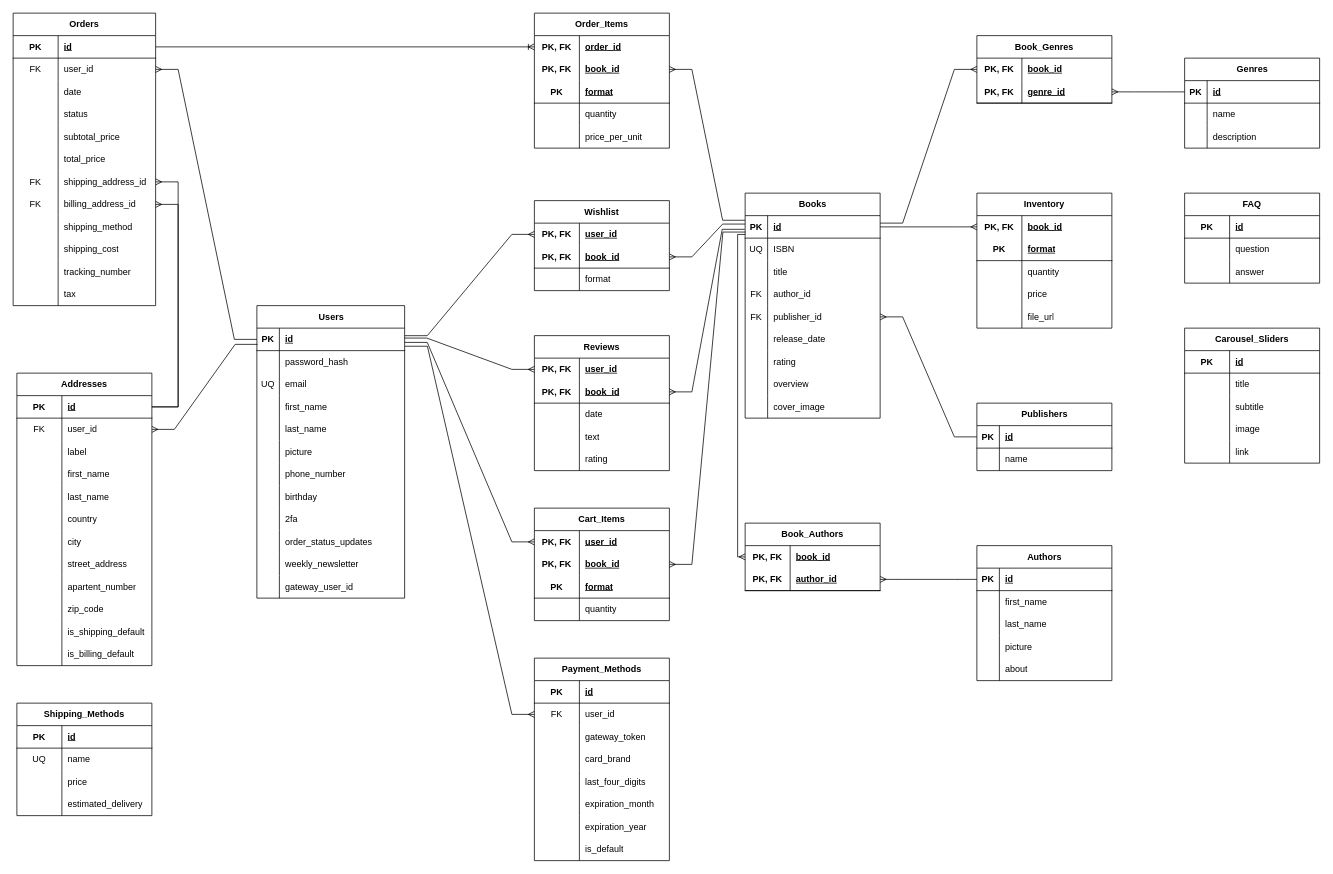
The draw.io diagram ERD.drawio in ShayTam/Bookstore, before the edit. Source tidied: cells renumbered, new cells numbered last; positions are measured from the earlier drawing's top-left corner, leaving out a move shared by most shapes. Both pictures are drawn from the tidied source at 75%, with x=0, y=0 at pixel (13, 13).
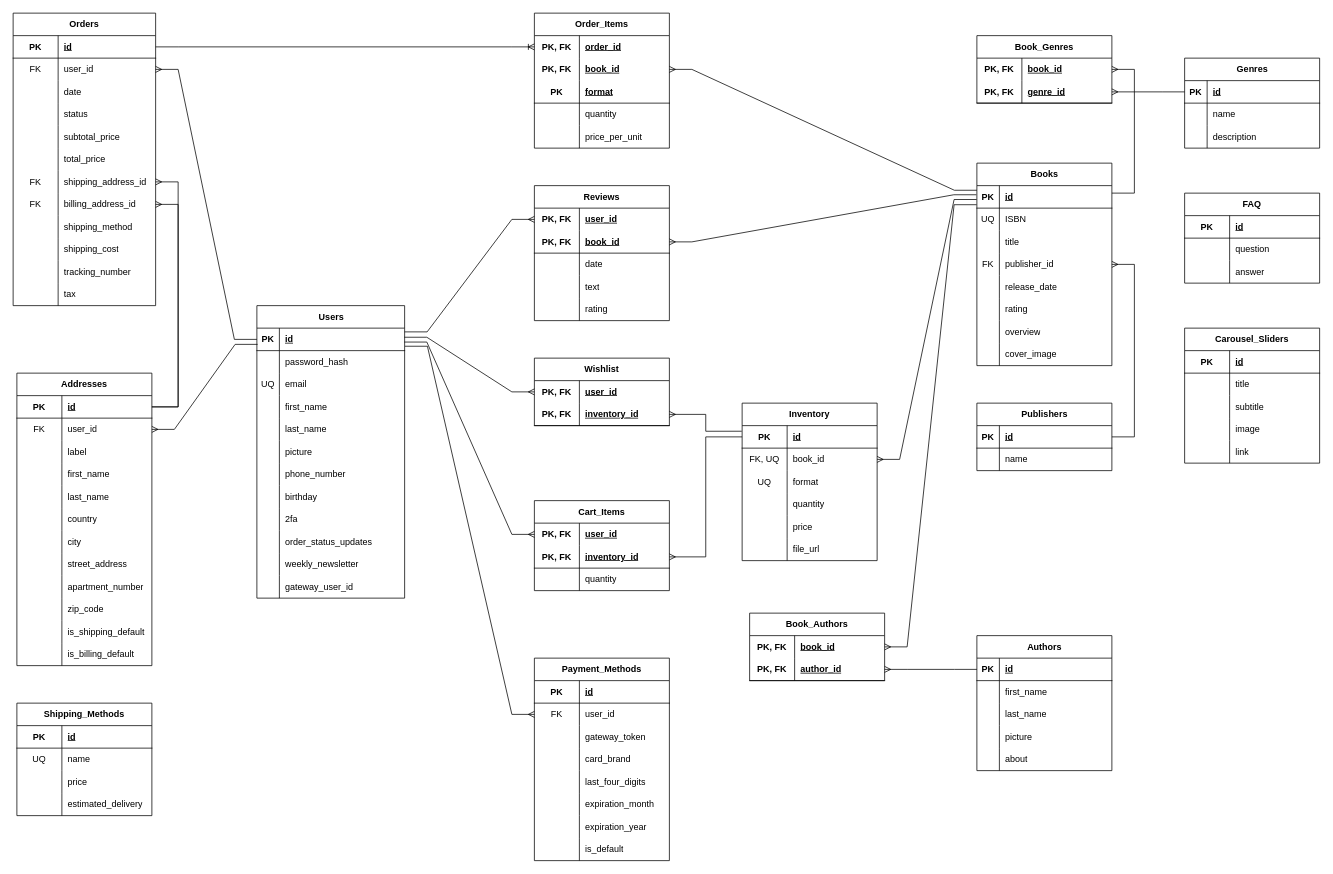
The same diagram, later.

Commit message:
Connected wishlist and cart to inventory

Unchanged cells that the change refers to:
```xml
<mxCell id="3" style="shape=tableRow;horizontal=0;startSize=0;swimlaneHead=0;swimlaneBody=0;fillColor=none;points=[[0,0.5],[1,0.5]];portConstraint=eastwest;top=0;left=0;right=0;bottom=1;" parent="2" vertex="1">
  <mxGeometry y="30" width="197" height="30" as="geometry" />
</mxCell>
<mxCell id="40" style="shape=tableRow;horizontal=0;startSize=0;swimlaneHead=0;swimlaneBody=0;fillColor=none;points=[[0,0.5],[1,0.5]];portConstraint=eastwest;top=0;left=0;right=0;bottom=1;" parent="39" vertex="1">
  <mxGeometry y="30" width="180" height="30" as="geometry" />
</mxCell>
<mxCell id="68" style="shape=tableRow;horizontal=0;startSize=0;swimlaneHead=0;swimlaneBody=0;fillColor=none;points=[[0,0.5],[1,0.5]];portConstraint=eastwest;top=0;left=0;right=0;bottom=0;html=1;" parent="67" vertex="1">
  <mxGeometry y="30" width="180" height="30" as="geometry" />
</mxCell>
<mxCell id="71" style="shape=tableRow;horizontal=0;startSize=0;swimlaneHead=0;swimlaneBody=0;fillColor=none;points=[[0,0.5],[1,0.5]];portConstraint=eastwest;top=0;left=0;right=0;bottom=1;html=1;" parent="67" vertex="1">
  <mxGeometry y="60" width="180" height="30" as="geometry" />
</mxCell>
<mxCell id="160" style="shape=tableRow;horizontal=0;startSize=0;swimlaneHead=0;swimlaneBody=0;fillColor=none;points=[[0,0.5],[1,0.5]];portConstraint=eastwest;top=0;left=0;right=0;bottom=0;html=1;" parent="159" vertex="1">
  <mxGeometry y="30" width="180" height="30" as="geometry" />
</mxCell>
<mxCell id="163" style="shape=tableRow;horizontal=0;startSize=0;swimlaneHead=0;swimlaneBody=0;fillColor=none;points=[[0,0.5],[1,0.5]];portConstraint=eastwest;top=0;left=0;right=0;bottom=1;html=1;" parent="159" vertex="1">
  <mxGeometry y="60" width="180" height="30" as="geometry" />
</mxCell>
<mxCell id="217" style="shape=tableRow;horizontal=0;startSize=0;swimlaneHead=0;swimlaneBody=0;fillColor=none;top=0;left=0;right=0;bottom=0;html=1;" parent="192" vertex="1">
  <mxGeometry y="270" width="180" height="30" as="geometry" />
</mxCell>
<mxCell id="254" style="shape=tableRow;horizontal=0;startSize=0;swimlaneHead=0;swimlaneBody=0;fillColor=none;points=[[0,0.5],[1,0.5]];portConstraint=eastwest;top=0;left=0;right=0;bottom=0;html=1;" parent="253" vertex="1">
  <mxGeometry y="30" width="180" height="30" as="geometry" />
</mxCell>
<mxCell id="328" style="shape=tableRow;horizontal=0;startSize=0;swimlaneHead=0;swimlaneBody=0;fillColor=none;points=[[0,0.5],[1,0.5]];portConstraint=eastwest;top=0;left=0;right=0;bottom=0;html=1;" parent="327" vertex="1">
  <mxGeometry y="30" width="180" height="30" as="geometry" />
</mxCell>
```

What changed in the source:
```diff
@@
     <mxCell id="39" value="Books" style="shape=table;startSize=30;childLayout=tableLayout;rowLines=0;fontStyle=1;align=center;html=1;" parent="1" vertex="1">
-      <mxGeometry x="976" y="240" width="180" height="300" as="geometry" />
+      <mxGeometry x="1285" y="200" width="180" height="270" as="geometry" />
     </mxCell>
@@
-    <mxCell id="49" style="shape=tableRow;horizontal=0;startSize=0;swimlaneHead=0;swimlaneBody=0;fillColor=none;top=0;left=0;right=0;bottom=0;" parent="39" vertex="1">
-      <mxGeometry y="120" width="180" height="30" as="geometry" />
-    </mxCell>
-    <mxCell id="50" value="FK" style="shape=partialRectangle;fillColor=none;top=0;left=0;bottom=0;right=0;overflow=hidden;whiteSpace=wrap;html=1;" parent="49" vertex="1">
-      <mxGeometry width="30" height="30" as="geometry" />
-    </mxCell>
-    <mxCell id="51" value="author_id" style="shape=partialRectangle;fillColor=none;top=0;left=0;bottom=0;right=0;align=left;spacingLeft=6;overflow=hidden;whiteSpace=wrap;html=1;" parent="49" vertex="1">
-      <mxGeometry x="30" width="150" height="30" as="geometry" />
-    </mxCell>
     <mxCell id="52" style="shape=tableRow;horizontal=0;startSize=0;swimlaneHead=0;swimlaneBody=0;fillColor=none;points=[[0,0.5],[1,0.5]];portConstraint=eastwest;top=0;left=0;right=0;bottom=0;" parent="39" vertex="1">
-      <mxGeometry y="150" width="180" height="30" as="geometry" />
+      <mxGeometry y="120" width="180" height="30" as="geometry" />
     </mxCell>
@@
     <mxCell id="55" style="shape=tableRow;horizontal=0;startSize=0;swimlaneHead=0;swimlaneBody=0;fillColor=none;top=0;left=0;right=0;bottom=0;" parent="39" vertex="1">
-      <mxGeometry y="180" width="180" height="30" as="geometry" />
+      <mxGeometry y="150" width="180" height="30" as="geometry" />
     </mxCell>
@@
     <mxCell id="58" style="shape=tableRow;horizontal=0;startSize=0;swimlaneHead=0;swimlaneBody=0;fillColor=none;top=0;left=0;right=0;bottom=0;" parent="39" vertex="1">
-      <mxGeometry y="210" width="180" height="30" as="geometry" />
+      <mxGeometry y="180" width="180" height="30" as="geometry" />
     </mxCell>
@@
     <mxCell id="61" style="shape=tableRow;horizontal=0;startSize=0;swimlaneHead=0;swimlaneBody=0;fillColor=none;top=0;left=0;right=0;bottom=0;" parent="39" vertex="1">
-      <mxGeometry y="240" width="180" height="30" as="geometry" />
+      <mxGeometry y="210" width="180" height="30" as="geometry" />
     </mxCell>
@@
     <mxCell id="64" style="shape=tableRow;horizontal=0;startSize=0;swimlaneHead=0;swimlaneBody=0;fillColor=none;top=0;left=0;right=0;bottom=0;" parent="39" vertex="1">
-      <mxGeometry y="270" width="180" height="30" as="geometry" />
+      <mxGeometry y="240" width="180" height="30" as="geometry" />
     </mxCell>
@@
     <mxCell id="67" value="Reviews" style="shape=table;startSize=30;childLayout=tableLayout;rowLines=0;fontStyle=1;align=center;html=1;whiteSpace=wrap;" parent="1" vertex="1">
-      <mxGeometry x="695" y="430" width="180" height="180" as="geometry" />
+      <mxGeometry x="695" y="230" width="180" height="180" as="geometry" />
     </mxCell>
@@
     <mxCell id="83" value="Inventory" style="shape=table;startSize=30;childLayout=tableLayout;rowLines=0;fontStyle=1;align=center;html=1;whiteSpace=wrap;" parent="1" vertex="1">
-      <mxGeometry x="1285" y="240" width="180" height="180" as="geometry" />
+      <mxGeometry x="972" y="520" width="180" height="210" as="geometry" />
     </mxCell>
-    <mxCell id="84" style="shape=tableRow;horizontal=0;startSize=0;swimlaneHead=0;swimlaneBody=0;fillColor=none;points=[[0,0.5],[1,0.5]];portConstraint=eastwest;top=0;left=0;right=0;bottom=0;html=1;" parent="83" vertex="1">
-      <mxGeometry y="30" width="180" height="30" as="geometry" />
-    </mxCell>
-    <mxCell id="85" value="PK, FK" style="shape=partialRectangle;fillColor=none;top=0;left=0;bottom=0;right=0;fontStyle=1;overflow=hidden;html=1;whiteSpace=wrap;" parent="84" vertex="1">
-      <mxGeometry width="60" height="30" as="geometry" />
-    </mxCell>
-    <mxCell id="86" value="book_id" style="shape=partialRectangle;fillColor=none;top=0;left=0;bottom=0;right=0;align=left;spacingLeft=6;fontStyle=5;overflow=hidden;html=1;whiteSpace=wrap;" parent="84" vertex="1">
-      <mxGeometry x="60" width="120" height="30" as="geometry" />
-    </mxCell>
     <mxCell id="87" style="shape=tableRow;horizontal=0;startSize=0;swimlaneHead=0;swimlaneBody=0;fillColor=none;points=[[0,0.5],[1,0.5]];portConstraint=eastwest;top=0;left=0;right=0;bottom=1;html=1;" parent="83" vertex="1">
-      <mxGeometry y="60" width="180" height="30" as="geometry" />
+      <mxGeometry y="30" width="180" height="30" as="geometry" />
     </mxCell>
@@
-    <mxCell id="89" value="format" style="shape=partialRectangle;fillColor=none;top=0;left=0;bottom=0;right=0;align=left;spacingLeft=6;fontStyle=5;overflow=hidden;html=1;whiteSpace=wrap;" parent="87" vertex="1">
+    <mxCell id="89" value="id" style="shape=partialRectangle;fillColor=none;top=0;left=0;bottom=0;right=0;align=left;spacingLeft=6;fontStyle=5;overflow=hidden;html=1;whiteSpace=wrap;" parent="87" vertex="1">
       <mxGeometry x="60" width="120" height="30" as="geometry" />
     </mxCell>
     <mxCell id="90" style="shape=tableRow;horizontal=0;startSize=0;swimlaneHead=0;swimlaneBody=0;fillColor=none;points=[[0,0.5],[1,0.5]];portConstraint=eastwest;top=0;left=0;right=0;bottom=0;html=1;" parent="83" vertex="1">
-      <mxGeometry y="90" width="180" height="30" as="geometry" />
+      <mxGeometry y="60" width="180" height="30" as="geometry" />
     </mxCell>
-    <mxCell id="91" style="shape=partialRectangle;fillColor=none;top=0;left=0;bottom=0;right=0;overflow=hidden;html=1;whiteSpace=wrap;" parent="90" vertex="1">
+    <mxCell id="91" value="FK, UQ" style="shape=partialRectangle;fillColor=none;top=0;left=0;bottom=0;right=0;overflow=hidden;html=1;whiteSpace=wrap;" parent="90" vertex="1">
       <mxGeometry width="60" height="30" as="geometry" />
     </mxCell>
-    <mxCell id="92" value="quantity" style="shape=partialRectangle;fillColor=none;top=0;left=0;bottom=0;right=0;align=left;spacingLeft=6;overflow=hidden;html=1;whiteSpace=wrap;" parent="90" vertex="1">
+    <mxCell id="92" value="book_id" style="shape=partialRectangle;fillColor=none;top=0;left=0;bottom=0;right=0;align=left;spacingLeft=6;overflow=hidden;html=1;whiteSpace=wrap;" parent="90" vertex="1">
       <mxGeometry x="60" width="120" height="30" as="geometry" />
     </mxCell>
+    <mxCell id="166" style="shape=tableRow;horizontal=0;startSize=0;swimlaneHead=0;swimlaneBody=0;fillColor=none;top=0;left=0;right=0;bottom=0;html=1;" parent="83" vertex="1">
+      <mxGeometry y="90" width="180" height="30" as="geometry" />
+    </mxCell>
+    <mxCell id="342" value="UQ" style="shape=partialRectangle;fillColor=none;top=0;left=0;bottom=0;right=0;overflow=hidden;html=1;whiteSpace=wrap;" parent="166" vertex="1">
+      <mxGeometry width="60" height="30" as="geometry" />
+    </mxCell>
+    <mxCell id="168" value="format" style="shape=partialRectangle;fillColor=none;top=0;left=0;bottom=0;right=0;align=left;spacingLeft=6;overflow=hidden;html=1;whiteSpace=wrap;" parent="166" vertex="1">
+      <mxGeometry x="60" width="120" height="30" as="geometry" />
+    </mxCell>
+    <mxCell id="343" style="shape=tableRow;horizontal=0;startSize=0;swimlaneHead=0;swimlaneBody=0;fillColor=none;top=0;left=0;right=0;bottom=0;html=1;" parent="83" vertex="1">
+      <mxGeometry y="120" width="180" height="30" as="geometry" />
+    </mxCell>
+    <mxCell id="167" style="shape=partialRectangle;fillColor=none;top=0;left=0;bottom=0;right=0;overflow=hidden;html=1;whiteSpace=wrap;" parent="343" vertex="1">
+      <mxGeometry width="60" height="30" as="geometry" />
+    </mxCell>
+    <mxCell id="344" value="quantity" style="shape=partialRectangle;fillColor=none;top=0;left=0;bottom=0;right=0;align=left;spacingLeft=6;overflow=hidden;html=1;whiteSpace=wrap;" parent="343" vertex="1">
+      <mxGeometry x="60" width="120" height="30" as="geometry" />
+    </mxCell>
     <mxCell id="93" style="shape=tableRow;horizontal=0;startSize=0;swimlaneHead=0;swimlaneBody=0;fillColor=none;top=0;left=0;right=0;bottom=0;html=1;" parent="83" vertex="1">
-      <mxGeometry y="120" width="180" height="30" as="geometry" />
+      <mxGeometry y="150" width="180" height="30" as="geometry" />
     </mxCell>
@@
     <mxCell id="96" style="shape=tableRow;horizontal=0;startSize=0;swimlaneHead=0;swimlaneBody=0;fillColor=none;top=0;left=0;right=0;bottom=0;html=1;" parent="83" vertex="1">
-      <mxGeometry y="150" width="180" height="30" as="geometry" />
+      <mxGeometry y="180" width="180" height="30" as="geometry" />
     </mxCell>
@@
     <mxCell id="99" value="Authors" style="shape=table;startSize=30;childLayout=tableLayout;rowLines=0;fontStyle=1;align=center;html=1;" parent="1" vertex="1">
-      <mxGeometry x="1285" y="710" width="180" height="180" as="geometry" />
+      <mxGeometry x="1285" y="830" width="180" height="180" as="geometry" />
     </mxCell>
@@
     <mxCell id="159" value="Wishlist" style="shape=table;startSize=30;childLayout=tableLayout;rowLines=0;fontStyle=1;align=center;html=1;whiteSpace=wrap;" parent="1" vertex="1">
-      <mxGeometry x="695" y="250" width="180" height="120" as="geometry" />
+      <mxGeometry x="695" y="460" width="180" height="90" as="geometry" />
     </mxCell>
@@
-    <mxCell id="165" value="book_id" style="shape=partialRectangle;fillColor=none;top=0;left=0;bottom=0;right=0;align=left;spacingLeft=6;fontStyle=5;overflow=hidden;html=1;whiteSpace=wrap;" parent="163" vertex="1">
+    <mxCell id="165" value="inventory_id" style="shape=partialRectangle;fillColor=none;top=0;left=0;bottom=0;right=0;align=left;spacingLeft=6;fontStyle=5;overflow=hidden;html=1;whiteSpace=wrap;" parent="163" vertex="1">
       <mxGeometry x="60" width="120" height="30" as="geometry" />
     </mxCell>
-    <mxCell id="166" style="shape=tableRow;horizontal=0;startSize=0;swimlaneHead=0;swimlaneBody=0;fillColor=none;top=0;left=0;right=0;bottom=0;html=1;" parent="159" vertex="1">
-      <mxGeometry y="90" width="180" height="30" as="geometry" />
-    </mxCell>
-    <mxCell id="167" style="shape=partialRectangle;fillColor=none;top=0;left=0;bottom=0;right=0;overflow=hidden;html=1;whiteSpace=wrap;" parent="166" vertex="1">
-      <mxGeometry width="60" height="30" as="geometry" />
-    </mxCell>
-    <mxCell id="168" value="format" style="shape=partialRectangle;fillColor=none;top=0;left=0;bottom=0;right=0;align=left;spacingLeft=6;overflow=hidden;html=1;whiteSpace=wrap;" parent="166" vertex="1">
-      <mxGeometry x="60" width="120" height="30" as="geometry" />
-    </mxCell>
@@
-    <mxCell id="219" value="apartent_number" style="shape=partialRectangle;fillColor=none;top=0;left=0;bottom=0;right=0;align=left;spacingLeft=6;overflow=hidden;html=1;whiteSpace=wrap;" parent="217" vertex="1">
+    <mxCell id="219" value="apartment_number" style="shape=partialRectangle;fillColor=none;top=0;left=0;bottom=0;right=0;align=left;spacingLeft=6;overflow=hidden;html=1;whiteSpace=wrap;" parent="217" vertex="1">
       <mxGeometry x="60" width="120" height="30" as="geometry" />
     </mxCell>
@@
-    <mxCell id="232" style="edgeStyle=entityRelationEdgeStyle;fontSize=12;html=1;endArrow=ERmany;rounded=0;endFill=0;entryX=0;entryY=0.5;entryDx=0;entryDy=0;exitX=1.001;exitY=0.336;exitDx=0;exitDy=0;exitPerimeter=0;" parent="1" edge="1" source="3" target="160">
+    <mxCell id="232" style="edgeStyle=entityRelationEdgeStyle;fontSize=12;html=1;endArrow=ERmany;rounded=0;endFill=0;entryX=0;entryY=0.5;entryDx=0;entryDy=0;exitX=0.998;exitY=0.405;exitDx=0;exitDy=0;exitPerimeter=0;" parent="1" edge="1" source="3" target="160">
       <mxGeometry relative="1" as="geometry" />
     </mxCell>
@@
-    <mxCell id="234" style="edgeStyle=entityRelationEdgeStyle;fontSize=12;html=1;endArrow=ERmany;rounded=0;endFill=0;startArrow=none;startFill=0;exitX=1;exitY=0.5;exitDx=0;exitDy=0;" parent="1" edge="1" source="40" target="84">
+    <mxCell id="234" style="edgeStyle=entityRelationEdgeStyle;fontSize=12;html=1;endArrow=ERmany;rounded=0;endFill=0;startArrow=none;startFill=0;exitX=-0.002;exitY=0.617;exitDx=0;exitDy=0;exitPerimeter=0;entryX=1;entryY=0.5;entryDx=0;entryDy=0;" parent="1" edge="1" source="40" target="90">
       <mxGeometry relative="1" as="geometry" />
     </mxCell>
-    <mxCell id="235" style="edgeStyle=entityRelationEdgeStyle;fontSize=12;html=1;endArrow=ERmany;rounded=0;entryX=1;entryY=0.5;entryDx=0;entryDy=0;endFill=0;startArrow=none;startFill=0;exitX=0;exitY=0.375;exitDx=0;exitDy=0;exitPerimeter=0;" parent="1" edge="1" source="40" target="163">
-      <mxGeometry relative="1" as="geometry" />
-    </mxCell>
-    <mxCell id="236" style="edgeStyle=entityRelationEdgeStyle;fontSize=12;html=1;endArrow=ERmany;rounded=0;entryX=1;entryY=0.5;entryDx=0;entryDy=0;endFill=0;startArrow=none;startFill=0;exitX=-0.003;exitY=0.609;exitDx=0;exitDy=0;exitPerimeter=0;" parent="1" edge="1" source="40" target="71">
+    <mxCell id="236" style="edgeStyle=entityRelationEdgeStyle;fontSize=12;html=1;endArrow=ERmany;rounded=0;entryX=1;entryY=0.5;entryDx=0;entryDy=0;endFill=0;startArrow=none;startFill=0;exitX=-0.004;exitY=0.406;exitDx=0;exitDy=0;exitPerimeter=0;" parent="1" edge="1" source="40" target="71">
       <mxGeometry relative="1" as="geometry" />
     </mxCell>
-    <mxCell id="237" style="edgeStyle=entityRelationEdgeStyle;fontSize=12;html=1;endArrow=ERmany;rounded=0;entryX=0;entryY=0.5;entryDx=0;entryDy=0;endFill=0;exitX=0.998;exitY=0.442;exitDx=0;exitDy=0;exitPerimeter=0;" parent="1" edge="1" source="3" target="68">
-      <mxGeometry relative="1" as="geometry" />
+    <mxCell id="237" style="edgeStyle=entityRelationEdgeStyle;fontSize=12;html=1;endArrow=ERmany;rounded=0;entryX=0;entryY=0.5;entryDx=0;entryDy=0;endFill=0;" parent="1" edge="1" target="68">
+      <mxGeometry relative="1" as="geometry">
+        <mxPoint x="522" y="425" as="sourcePoint" />
+      </mxGeometry>
     </mxCell>
@@
-    <mxCell id="239" style="edgeStyle=orthogonalEdgeStyle;fontSize=12;html=1;endArrow=ERmany;rounded=0;endFill=0;startArrow=none;startFill=0;exitX=0.001;exitY=0.837;exitDx=0;exitDy=0;exitPerimeter=0;" parent="1" edge="1" source="40" target="254">
-      <mxGeometry relative="1" as="geometry">
-        <Array as="points">
-          <mxPoint x="966" y="295" />
-          <mxPoint x="966" y="725" />
-        </Array>
-      </mxGeometry>
-    </mxCell>
@@
     <mxCell id="253" value="&lt;span style=&quot;white-space: nowrap;&quot;&gt;Book_Authors&lt;/span&gt;" style="shape=table;startSize=30;childLayout=tableLayout;rowLines=0;fontStyle=1;align=center;html=1;whiteSpace=wrap;" parent="1" vertex="1">
-      <mxGeometry x="976" y="680" width="180" height="90" as="geometry" />
+      <mxGeometry x="982" y="800" width="180" height="90" as="geometry" />
     </mxCell>
@@
     <mxCell id="327" value="&lt;span style=&quot;white-space: nowrap;&quot;&gt;Cart_Items&lt;/span&gt;" style="shape=table;startSize=30;childLayout=tableLayout;rowLines=0;fontStyle=1;align=center;html=1;whiteSpace=wrap;" parent="1" vertex="1">
-      <mxGeometry x="695" y="660" width="180" height="150" as="geometry" />
+      <mxGeometry x="695" y="650" width="180" height="120" as="geometry" />
     </mxCell>
@@
-    <mxCell id="331" style="shape=tableRow;horizontal=0;startSize=0;swimlaneHead=0;swimlaneBody=0;fillColor=none;points=[[0,0.5],[1,0.5]];portConstraint=eastwest;top=0;left=0;right=0;bottom=0;html=1;" parent="327" vertex="1">
-      <mxGeometry y="60" width="180" height="30" as="geometry" />
-    </mxCell>
-    <mxCell id="332" value="PK, FK" style="shape=partialRectangle;fillColor=none;top=0;left=0;bottom=0;right=0;fontStyle=1;overflow=hidden;html=1;whiteSpace=wrap;" parent="331" vertex="1">
-      <mxGeometry width="60" height="30" as="geometry" />
-    </mxCell>
-    <mxCell id="333" value="book_id" style="shape=partialRectangle;fillColor=none;top=0;left=0;bottom=0;right=0;align=left;spacingLeft=6;fontStyle=5;overflow=hidden;html=1;whiteSpace=wrap;" parent="331" vertex="1">
-      <mxGeometry x="60" width="120" height="30" as="geometry" />
-    </mxCell>
     <mxCell id="334" style="shape=tableRow;horizontal=0;startSize=0;swimlaneHead=0;swimlaneBody=0;fillColor=none;points=[[0,0.5],[1,0.5]];portConstraint=eastwest;top=0;left=0;right=0;bottom=1;html=1;" parent="327" vertex="1">
-      <mxGeometry y="90" width="180" height="30" as="geometry" />
+      <mxGeometry y="60" width="180" height="30" as="geometry" />
     </mxCell>
-    <mxCell id="335" value="PK" style="shape=partialRectangle;fillColor=none;top=0;left=0;bottom=0;right=0;fontStyle=1;overflow=hidden;html=1;whiteSpace=wrap;" parent="334" vertex="1">
+    <mxCell id="335" value="PK, FK" style="shape=partialRectangle;fillColor=none;top=0;left=0;bottom=0;right=0;fontStyle=1;overflow=hidden;html=1;whiteSpace=wrap;" parent="334" vertex="1">
       <mxGeometry width="60" height="30" as="geometry" />
     </mxCell>
-    <mxCell id="336" value="format" style="shape=partialRectangle;fillColor=none;top=0;left=0;bottom=0;right=0;align=left;spacingLeft=6;fontStyle=5;overflow=hidden;html=1;whiteSpace=wrap;" parent="334" vertex="1">
+    <mxCell id="336" value="inventory_id" style="shape=partialRectangle;fillColor=none;top=0;left=0;bottom=0;right=0;align=left;spacingLeft=6;fontStyle=5;overflow=hidden;html=1;whiteSpace=wrap;" parent="334" vertex="1">
       <mxGeometry x="60" width="120" height="30" as="geometry" />
     </mxCell>
     <mxCell id="337" style="shape=tableRow;horizontal=0;startSize=0;swimlaneHead=0;swimlaneBody=0;fillColor=none;top=0;left=0;right=0;bottom=0;html=1;" parent="327" vertex="1">
-      <mxGeometry y="120" width="180" height="30" as="geometry" />
+      <mxGeometry y="90" width="180" height="30" as="geometry" />
     </mxCell>
@@
-    <mxCell id="340" style="edgeStyle=entityRelationEdgeStyle;rounded=0;jettySize=auto;html=1;endArrow=none;endFill=0;startArrow=ERmany;startFill=0;entryX=0.002;entryY=0.73;entryDx=0;entryDy=0;entryPerimeter=0;" parent="1" edge="1" source="331" target="40">
-      <mxGeometry relative="1" as="geometry" />
-    </mxCell>
-    <mxCell id="341" style="edgeStyle=entityRelationEdgeStyle;rounded=0;jettySize=auto;html=1;exitX=0;exitY=0.5;exitDx=0;exitDy=0;entryX=1.001;entryY=0.635;entryDx=0;entryDy=0;entryPerimeter=0;endArrow=none;endFill=0;startArrow=ERmany;startFill=0;" parent="1" edge="1" source="328" target="3">
+    <mxCell id="341" style="edgeStyle=entityRelationEdgeStyle;rounded=0;jettySize=auto;html=1;exitX=0;exitY=0.5;exitDx=0;exitDy=0;entryX=0.998;entryY=0.619;entryDx=0;entryDy=0;endArrow=none;endFill=0;startArrow=ERmany;startFill=0;entryPerimeter=0;" parent="1" edge="1" source="328" target="3">
       <mxGeometry relative="1" as="geometry" />
     </mxCell>
+    <mxCell id="345" style="edgeStyle=entityRelationEdgeStyle;rounded=0;jettySize=auto;html=1;endArrow=none;endFill=0;startArrow=ERmany;startFill=0;entryX=-0.002;entryY=0.848;entryDx=0;entryDy=0;entryPerimeter=0;" parent="1" edge="1" source="254" target="40">
+      <mxGeometry relative="1" as="geometry" />
+    </mxCell>
+    <mxCell id="346" style="edgeStyle=orthogonalEdgeStyle;rounded=0;jettySize=auto;html=1;entryX=-0.003;entryY=0.249;entryDx=0;entryDy=0;entryPerimeter=0;startArrow=ERmany;startFill=0;endArrow=none;endFill=0;" parent="1" edge="1" source="163" target="87">
+      <mxGeometry relative="1" as="geometry" />
+    </mxCell>
+    <mxCell id="347" style="edgeStyle=orthogonalEdgeStyle;rounded=0;jettySize=auto;html=1;entryX=0;entryY=0.5;entryDx=0;entryDy=0;startArrow=ERmany;startFill=0;endArrow=none;endFill=0;" parent="1" edge="1" source="334" target="87">
+      <mxGeometry relative="1" as="geometry" />
+    </mxCell>
```
